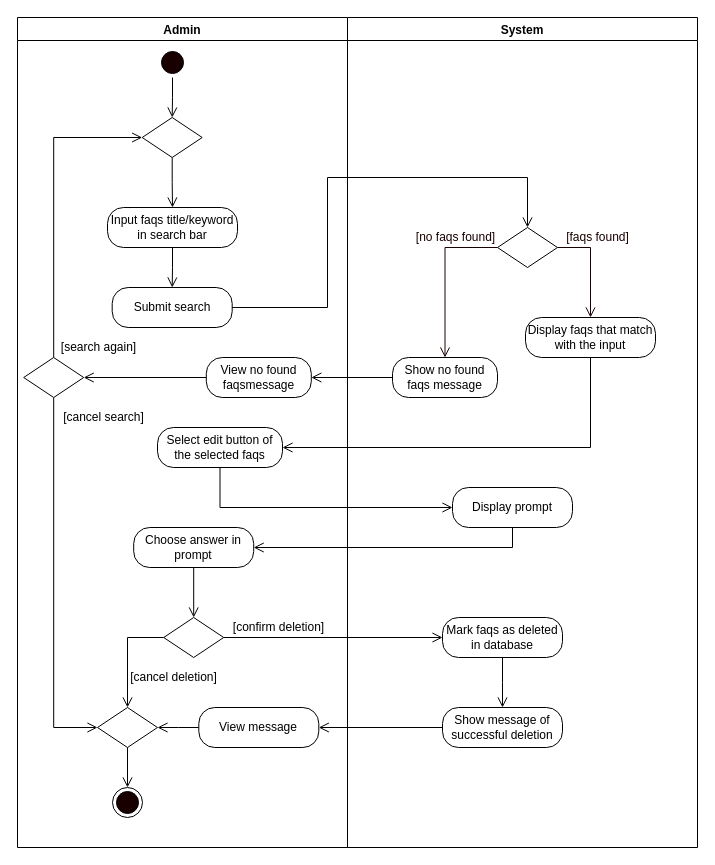
The draw.io diagram page "Delete Faqs" (9 of 12) of REVISIONS/UML-DIAGRAMS/6-28-2021/ACTIVITY DIAGRAM/ACTIVITY DIAGRAM2.drawio in mrklglsn/CAPSTONE-FILES, before the edit. Source tidied: cells renumbered, new cells numbered last; positions are measured from the earlier drawing's top-left corner, leaving out a move shared by most shapes. Both pictures are drawn from the tidied source at 100%, with x=0, y=0 at pixel (17, 17).
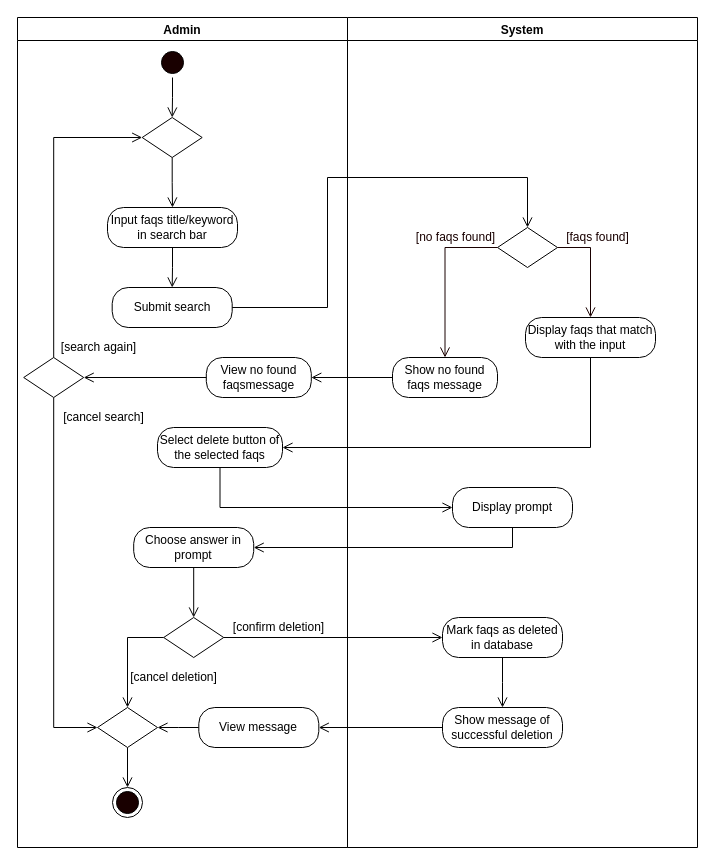
Above is the later version.

The edit, as a diff of the source:
```diff
@@
-    <mxCell id="27" value="Select edit button of the selected faqs" style="rounded=1;whiteSpace=wrap;html=1;arcSize=40;" parent="1" vertex="1">
+    <mxCell id="27" value="Select delete button of the selected faqs" style="rounded=1;whiteSpace=wrap;html=1;arcSize=40;" parent="1" vertex="1">
       <mxGeometry x="140" y="410" width="125" height="40" as="geometry" />
     </mxCell>
```
